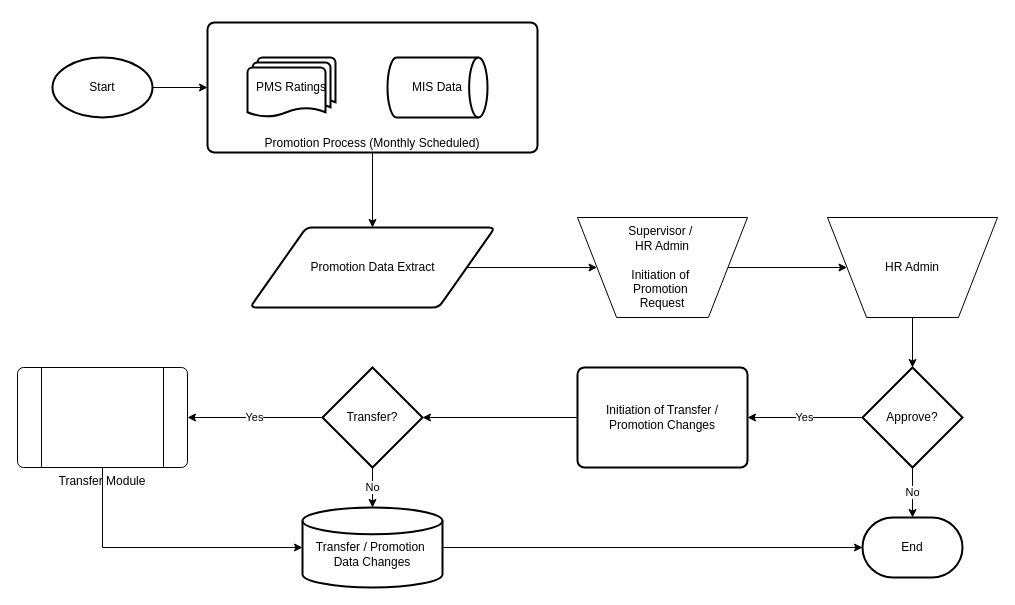
This is page "Promotion" (1 of 2) of FBs NEO Implementation.drawio from v-matheshwaran/hello-world, a draw.io file, before an edit. Source tidied: cells renumbered, new cells numbered last; positions are measured from the earlier drawing's top-left corner, leaving out a move shared by most shapes. Both pictures are drawn from the tidied source at 100%, with x=0, y=0 at pixel (17, 22).
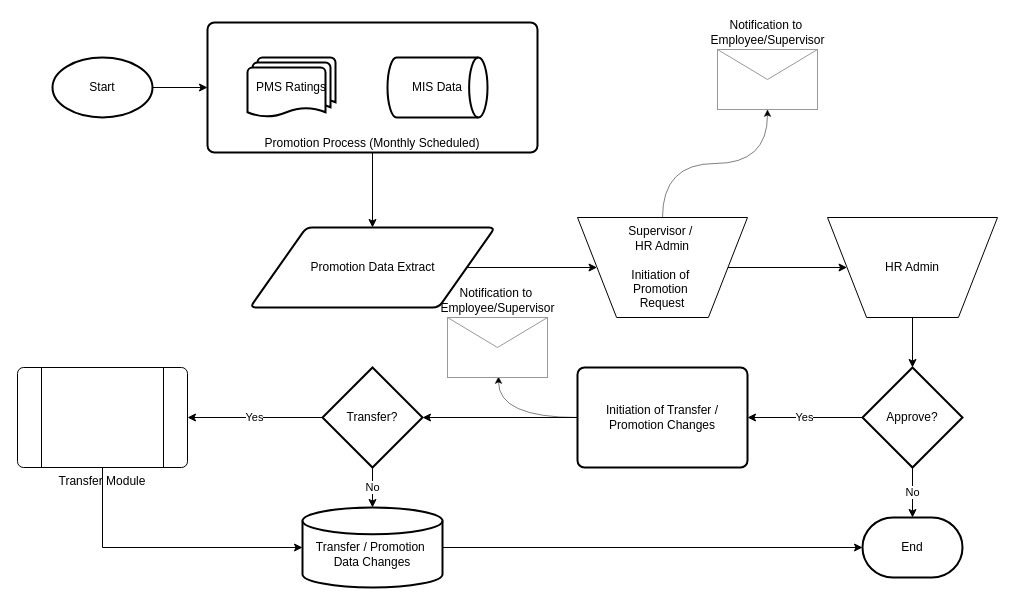
The same diagram, later.

The change refers to these unchanged cells:
```xml
<mxCell id="9" value="Supervisor /&amp;nbsp;&lt;div&gt;HR Admin&lt;br&gt;&lt;br&gt;Initiation of&amp;nbsp;&lt;/div&gt;&lt;div&gt;Promotion&amp;nbsp;&lt;/div&gt;&lt;div&gt;Request&lt;/div&gt;" style="verticalLabelPosition=middle;verticalAlign=middle;html=1;shape=trapezoid;perimeter=trapezoidPerimeter;whiteSpace=wrap;size=0.23;arcSize=10;flipV=1;labelPosition=center;align=center;" parent="1" vertex="1">
  <mxGeometry x="560" y="195" width="170" height="100" as="geometry" />
</mxCell>
<mxCell id="15" value="Initiation of Transfer / Promotion Changes" style="rounded=1;whiteSpace=wrap;html=1;absoluteArcSize=1;arcSize=14;strokeWidth=2;" parent="1" vertex="1">
  <mxGeometry x="560" y="345" width="170" height="100" as="geometry" />
</mxCell>
```

The edit, as a diff of the source:
```diff
@@
+    <mxCell id="27" style="edgeStyle=orthogonalEdgeStyle;rounded=0;jettySize=auto;html=1;curved=1;strokeWidth=0.5;" parent="1" edge="1" source="9" target="29">
+      <mxGeometry relative="1" as="geometry" />
+    </mxCell>
@@
+    <mxCell id="28" style="edgeStyle=orthogonalEdgeStyle;rounded=0;jettySize=auto;html=1;entryX=0.51;entryY=0.983;entryDx=0;entryDy=0;entryPerimeter=0;curved=1;strokeWidth=0.5;" parent="1" edge="1" source="15" target="30">
+      <mxGeometry relative="1" as="geometry" />
+    </mxCell>
@@
+    <mxCell id="29" value="Notification to&amp;nbsp;&lt;div&gt;Employee/Supervisor&lt;/div&gt;" style="verticalLabelPosition=top;shadow=0;dashed=0;align=center;html=1;verticalAlign=bottom;strokeWidth=1;shape=mxgraph.mockup.misc.mail2;strokeColor=#999999;labelPosition=center;" parent="1" vertex="1">
+      <mxGeometry x="700" y="27" width="100" height="60" as="geometry" />
+    </mxCell>
+    <mxCell id="30" value="Notification to&amp;nbsp;&lt;div&gt;Employee/Supervisor&lt;/div&gt;" style="verticalLabelPosition=top;shadow=0;dashed=0;align=center;html=1;verticalAlign=bottom;strokeWidth=1;shape=mxgraph.mockup.misc.mail2;strokeColor=#999999;labelPosition=center;" parent="1" vertex="1">
+      <mxGeometry x="430" y="295" width="100" height="60" as="geometry" />
+    </mxCell>
```
